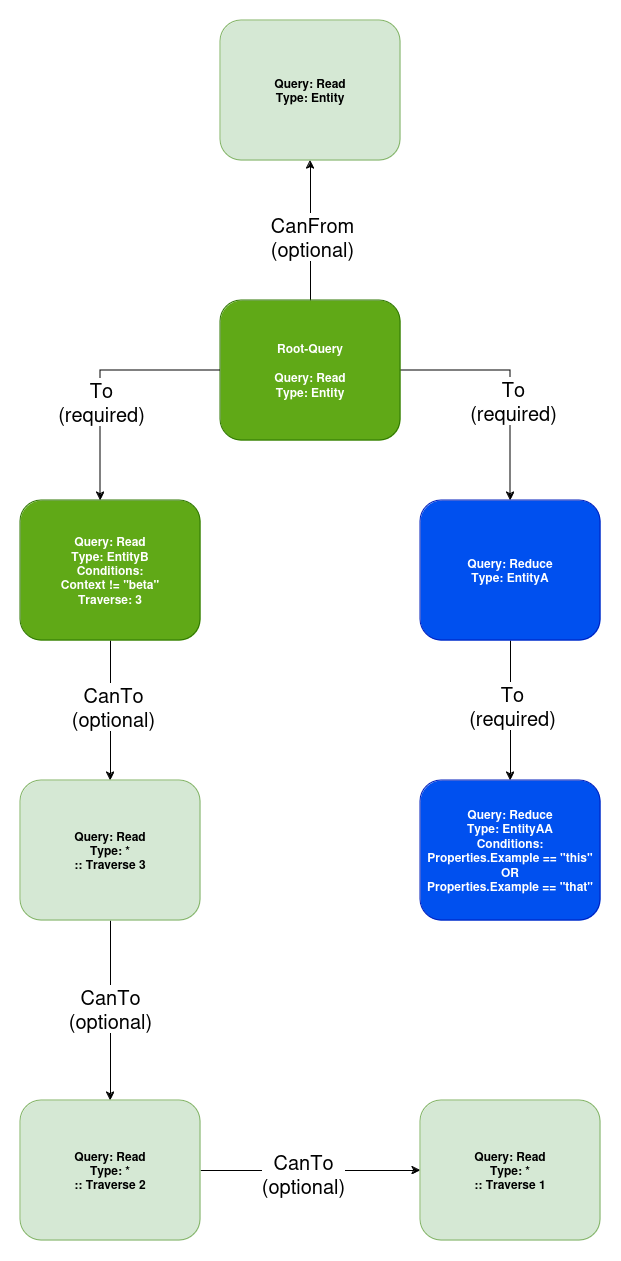
voodooEntity/gits keeps this draw.io diagram as DOCS/IMAGES/complex_read_query_gits.png. Above is the earlier version. Source tidied: cells renumbered, new cells last; positions are measured from the earlier drawing's top-left corner, leaving out a move shared by most shapes. Its diagram source:
```xml
<mxGraphModel>
  <root>
    <mxCell id="0" />
    <mxCell id="1" parent="0" />
    <mxCell id="2" style="edgeStyle=orthogonalEdgeStyle;rounded=0;jettySize=auto;html=1;entryX=0.5;entryY=0;entryDx=0;entryDy=0;" parent="1" edge="1" source="6" target="9">
      <mxGeometry relative="1" as="geometry" />
    </mxCell>
    <mxCell id="3" value="&lt;div style=&quot;font-size: 20px;&quot;&gt;&lt;font style=&quot;font-size: 20px;&quot;&gt;To &lt;br&gt;&lt;/font&gt;&lt;/div&gt;&lt;div style=&quot;font-size: 20px;&quot;&gt;&lt;font style=&quot;font-size: 20px;&quot;&gt;&lt;font style=&quot;font-size: 20px;&quot;&gt;(required)&lt;font style=&quot;font-size: 20px;&quot;&gt;&lt;br&gt;&lt;/font&gt;&lt;/font&gt;&lt;/font&gt;&lt;/div&gt;" style="edgeLabel;html=1;align=center;verticalAlign=middle;" parent="2" vertex="1">
      <mxGeometry x="0.16" y="2" relative="1" as="geometry" />
    </mxCell>
    <mxCell id="4" style="edgeStyle=orthogonalEdgeStyle;rounded=0;jettySize=auto;html=1;" parent="1" edge="1" source="6" target="23">
      <mxGeometry relative="1" as="geometry" />
    </mxCell>
    <mxCell id="5" value="&lt;font style=&quot;font-size: 20px;&quot;&gt;CanFrom&lt;br&gt;(optional)&lt;br&gt;&lt;/font&gt;" style="edgeLabel;html=1;align=center;verticalAlign=middle;" parent="4" vertex="1">
      <mxGeometry x="-0.07" y="-1" relative="1" as="geometry" />
    </mxCell>
    <mxCell id="6" value="&lt;div&gt;&lt;b&gt;Root-Query&lt;br&gt;&lt;br&gt;Query: Read&lt;/b&gt;&lt;/div&gt;&lt;div&gt;&lt;b&gt;Type: Entity&lt;br&gt;&lt;/b&gt;&lt;/div&gt;" style="rounded=1;whiteSpace=wrap;html=1;fillColor=#60a917;strokeColor=#2D7600;fontColor=#ffffff;gradientColor=none;glass=0;shadow=0;" parent="1" vertex="1">
      <mxGeometry x="200" y="280" width="180" height="140" as="geometry" />
    </mxCell>
    <mxCell id="7" style="edgeStyle=orthogonalEdgeStyle;rounded=0;jettySize=auto;html=1;entryX=0.5;entryY=0;entryDx=0;entryDy=0;" parent="1" edge="1" source="9" target="14">
      <mxGeometry relative="1" as="geometry" />
    </mxCell>
    <mxCell id="8" value="&lt;div style=&quot;font-size: 20px;&quot;&gt;&lt;font style=&quot;font-size: 20px;&quot;&gt;To &lt;br&gt;&lt;/font&gt;&lt;/div&gt;&lt;div style=&quot;font-size: 20px;&quot;&gt;&lt;font style=&quot;font-size: 20px;&quot;&gt;&lt;font style=&quot;font-size: 20px;&quot;&gt;(required)&lt;font style=&quot;font-size: 20px;&quot;&gt;&lt;br&gt;&lt;/font&gt;&lt;/font&gt;&lt;/font&gt;&lt;/div&gt;" style="edgeLabel;html=1;align=center;verticalAlign=middle;" parent="7" vertex="1">
      <mxGeometry x="-0.09" y="1" relative="1" as="geometry" />
    </mxCell>
    <mxCell id="9" value="&lt;div&gt;&lt;b&gt;Query: Reduce&lt;/b&gt;&lt;/div&gt;&lt;div&gt;&lt;b&gt;Type: EntityA&lt;br&gt;&lt;/b&gt;&lt;/div&gt;" style="rounded=1;whiteSpace=wrap;html=1;fillColor=#0050ef;fontColor=#ffffff;strokeColor=#001DBC;" parent="1" vertex="1">
      <mxGeometry x="400" y="480" width="180" height="140" as="geometry" />
    </mxCell>
    <mxCell id="10" style="edgeStyle=orthogonalEdgeStyle;rounded=0;jettySize=auto;html=1;entryX=0.5;entryY=0;entryDx=0;entryDy=0;" parent="1" edge="1" source="12" target="18">
      <mxGeometry relative="1" as="geometry" />
    </mxCell>
    <mxCell id="11" value="&lt;font style=&quot;font-size: 20px;&quot;&gt;CanTo&lt;br&gt;(optional)&lt;/font&gt;" style="edgeLabel;html=1;align=center;verticalAlign=middle;" parent="10" vertex="1">
      <mxGeometry x="-0.07" y="2" relative="1" as="geometry" />
    </mxCell>
    <mxCell id="12" value="&lt;div&gt;&lt;b&gt;Query: Read&lt;/b&gt;&lt;/div&gt;&lt;div&gt;&lt;b&gt;Type: EntityB&lt;br&gt;&lt;/b&gt;&lt;/div&gt;&lt;div&gt;&lt;b&gt;Conditions:&lt;/b&gt;&lt;/div&gt;&lt;div&gt;&lt;b&gt;Context != &quot;beta&quot;&lt;br&gt;Traverse: 3&lt;br&gt;&lt;/b&gt;&lt;/div&gt;" style="rounded=1;whiteSpace=wrap;html=1;fillColor=#60a917;strokeColor=#2D7600;fontColor=#ffffff;" parent="1" vertex="1">
      <mxGeometry y="480" width="180" height="140" as="geometry" />
    </mxCell>
    <mxCell id="13" style="edgeStyle=orthogonalEdgeStyle;rounded=0;jettySize=auto;html=1;entryX=0.444;entryY=0;entryDx=0;entryDy=0;entryPerimeter=0;" parent="1" edge="1" source="6" target="12">
      <mxGeometry relative="1" as="geometry" />
    </mxCell>
    <mxCell id="14" value="&lt;div&gt;&lt;b&gt;Query: Reduce&lt;/b&gt;&lt;/div&gt;&lt;div&gt;&lt;b&gt;Type: EntityAA&lt;br&gt;Conditions: Properties.Example == &quot;this&quot;&lt;br&gt;OR&lt;br&gt;Properties.Example == &quot;that&quot;&lt;br&gt;&lt;/b&gt;&lt;/div&gt;" style="rounded=1;whiteSpace=wrap;html=1;fillColor=#0050ef;fontColor=#ffffff;strokeColor=#001DBC;" parent="1" vertex="1">
      <mxGeometry x="400" y="760" width="180" height="140" as="geometry" />
    </mxCell>
    <mxCell id="15" value="&lt;div style=&quot;font-size: 20px;&quot;&gt;&lt;font style=&quot;font-size: 20px;&quot;&gt;To &lt;br&gt;&lt;/font&gt;&lt;/div&gt;&lt;div style=&quot;font-size: 20px;&quot;&gt;&lt;font style=&quot;font-size: 20px;&quot;&gt;&lt;font style=&quot;font-size: 20px;&quot;&gt;(required)&lt;font style=&quot;font-size: 20px;&quot;&gt;&lt;br&gt;&lt;/font&gt;&lt;/font&gt;&lt;/font&gt;&lt;/div&gt;" style="edgeLabel;html=1;align=center;verticalAlign=middle;" parent="1" vertex="1">
      <mxGeometry x="80" y="380" as="geometry" />
    </mxCell>
    <mxCell id="16" style="edgeStyle=orthogonalEdgeStyle;rounded=0;jettySize=auto;html=1;entryX=0.5;entryY=0;entryDx=0;entryDy=0;" parent="1" edge="1" source="18" target="21">
      <mxGeometry relative="1" as="geometry" />
    </mxCell>
    <mxCell id="17" value="&lt;font style=&quot;font-size: 20px;&quot;&gt;CanTo&lt;br&gt;(optional)&lt;br&gt;&lt;/font&gt;" style="edgeLabel;html=1;align=center;verticalAlign=middle;" parent="16" vertex="1">
      <mxGeometry x="-0.03" y="-1" relative="1" as="geometry" />
    </mxCell>
    <mxCell id="18" value="&lt;div&gt;&lt;b&gt;Query: Read&lt;/b&gt;&lt;/div&gt;&lt;div&gt;&lt;b&gt;Type: *&lt;br&gt;:: Traverse 3&lt;br&gt;&lt;/b&gt;&lt;/div&gt;" style="rounded=1;whiteSpace=wrap;html=1;fillColor=#d5e8d4;strokeColor=#82b366;" parent="1" vertex="1">
      <mxGeometry y="760" width="180" height="140" as="geometry" />
    </mxCell>
    <mxCell id="19" style="edgeStyle=orthogonalEdgeStyle;rounded=0;jettySize=auto;html=1;entryX=0;entryY=0.5;entryDx=0;entryDy=0;" parent="1" edge="1" source="21" target="22">
      <mxGeometry relative="1" as="geometry" />
    </mxCell>
    <mxCell id="20" value="&lt;font style=&quot;font-size: 20px;&quot;&gt;CanTo&lt;br&gt;(optional)&lt;br&gt;&lt;/font&gt;" style="edgeLabel;html=1;align=center;verticalAlign=middle;" parent="19" vertex="1">
      <mxGeometry x="-0.07" y="-2" relative="1" as="geometry" />
    </mxCell>
    <mxCell id="21" value="&lt;div&gt;&lt;b&gt;Query: Read&lt;/b&gt;&lt;/div&gt;&lt;div&gt;&lt;b&gt;Type: *&lt;br&gt;:: Traverse 2&lt;br&gt;&lt;/b&gt;&lt;/div&gt;" style="rounded=1;whiteSpace=wrap;html=1;fillColor=#d5e8d4;strokeColor=#82b366;" parent="1" vertex="1">
      <mxGeometry y="1080" width="180" height="140" as="geometry" />
    </mxCell>
    <mxCell id="22" value="&lt;div&gt;&lt;b&gt;Query: Read&lt;/b&gt;&lt;/div&gt;&lt;div&gt;&lt;b&gt;Type: *&lt;br&gt;:: Traverse 1&lt;br&gt;&lt;/b&gt;&lt;/div&gt;" style="rounded=1;whiteSpace=wrap;html=1;fillColor=#d5e8d4;strokeColor=#82b366;" parent="1" vertex="1">
      <mxGeometry x="400" y="1080" width="180" height="140" as="geometry" />
    </mxCell>
    <mxCell id="23" value="&lt;div&gt;&lt;b&gt;Query: Read&lt;/b&gt;&lt;/div&gt;&lt;div&gt;&lt;b&gt;Type: Entity&lt;br&gt;&lt;/b&gt;&lt;/div&gt;" style="rounded=1;whiteSpace=wrap;html=1;fillColor=#d5e8d4;strokeColor=#82b366;" parent="1" vertex="1">
      <mxGeometry x="200" width="180" height="140" as="geometry" />
    </mxCell>
  </root>
</mxGraphModel>
```
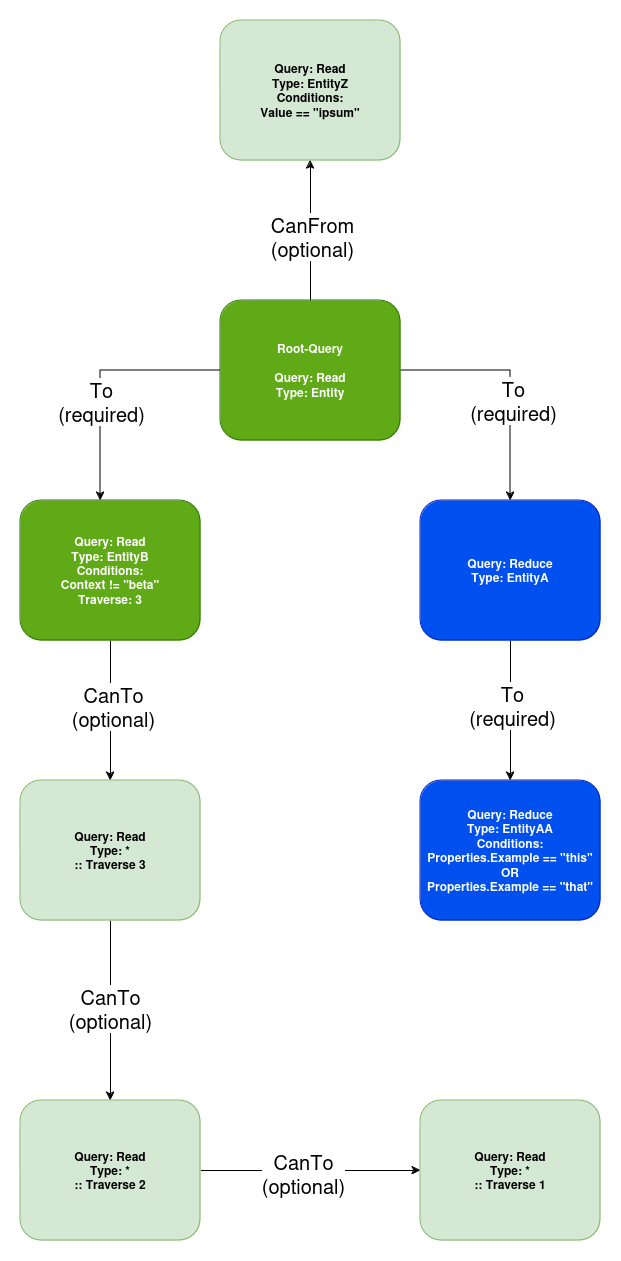
The same diagram one commit later.

Commit message:
fix error in visualisation

Change to the diagram source:
```diff
@@ -65,7 +65,7 @@
     <mxCell id="22" value="&lt;div&gt;&lt;b&gt;Query: Read&lt;/b&gt;&lt;/div&gt;&lt;div&gt;&lt;b&gt;Type: *&lt;br&gt;:: Traverse 1&lt;br&gt;&lt;/b&gt;&lt;/div&gt;" style="rounded=1;whiteSpace=wrap;html=1;fillColor=#d5e8d4;strokeColor=#82b366;" parent="1" vertex="1">
       <mxGeometry x="400" y="1080" width="180" height="140" as="geometry" />
     </mxCell>
-    <mxCell id="23" value="&lt;div&gt;&lt;b&gt;Query: Read&lt;/b&gt;&lt;/div&gt;&lt;div&gt;&lt;b&gt;Type: Entity&lt;br&gt;&lt;/b&gt;&lt;/div&gt;" style="rounded=1;whiteSpace=wrap;html=1;fillColor=#d5e8d4;strokeColor=#82b366;" parent="1" vertex="1">
+    <mxCell id="23" value="&lt;div&gt;&lt;b&gt;Query: Read&lt;/b&gt;&lt;/div&gt;&lt;div&gt;&lt;b&gt;Type: EntityZ&lt;/b&gt;&lt;/div&gt;&lt;div&gt;&lt;b&gt;Conditions:&lt;/b&gt;&lt;/div&gt;&lt;div&gt;&lt;b&gt;Value == &quot;ipsum&quot;&lt;br&gt;&lt;/b&gt;&lt;/div&gt;" style="rounded=1;whiteSpace=wrap;html=1;fillColor=#d5e8d4;strokeColor=#82b366;" parent="1" vertex="1">
       <mxGeometry x="200" width="180" height="140" as="geometry" />
     </mxCell>
   </root>
```
